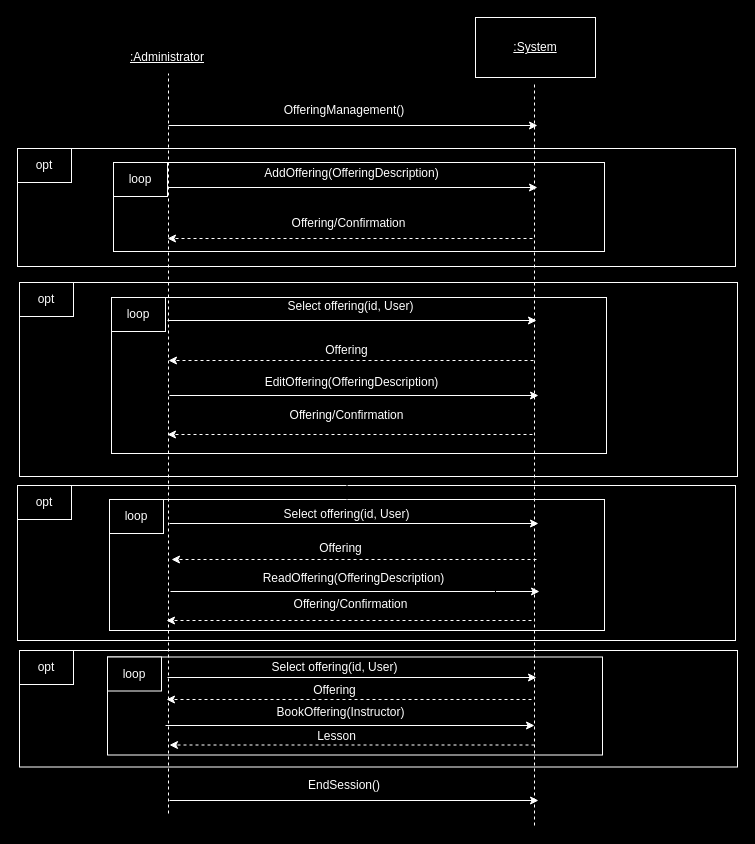
Above: Use Case 1/ssd_ProccessOfferings.drawio in matdavid7272/342project (draw.io), before the change. Source tidied: cells renumbered, new cells numbered last; positions are measured from the earlier drawing's top-left corner, leaving out a move shared by most shapes. Both pictures are drawn from the tidied source at 100%, with x=0, y=0 at pixel (17, 17).
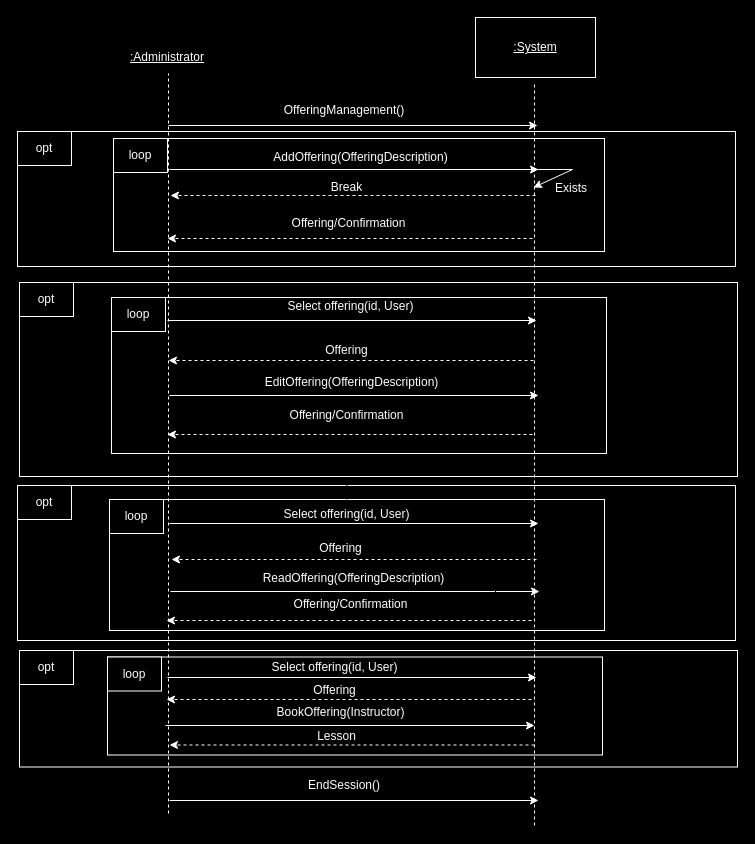
The same diagram, later.

The edit, as a diff of the source:
```diff
@@
     <mxCell id="27" style="rounded=0;whiteSpace=wrap;html=1;fillColor=#000000;strokeColor=#FFFFFF;" parent="1" vertex="1">
-      <mxGeometry y="131" width="718" height="118" as="geometry" />
+      <mxGeometry y="114" width="718" height="135" as="geometry" />
     </mxCell>
     <mxCell id="28" style="rounded=0;whiteSpace=wrap;html=1;fillColor=#000000;strokeColor=#FFFFFF;" parent="1" vertex="1">
-      <mxGeometry x="96" y="145" width="491" height="89" as="geometry" />
+      <mxGeometry x="96" y="121" width="491" height="113" as="geometry" />
     </mxCell>
@@
     <mxCell id="36" style="endArrow=classic;html=1;rounded=0;strokeColor=#FFFFFF;" parent="1" edge="1">
       <mxGeometry relative="1" as="geometry">
-        <mxPoint x="151" y="170" as="sourcePoint" />
-        <mxPoint x="520" y="170" as="targetPoint" />
+        <mxPoint x="152" y="152" as="sourcePoint" />
+        <mxPoint x="521" y="152" as="targetPoint" />
       </mxGeometry>
     </mxCell>
     <mxCell id="37" value="&lt;font color=&quot;#ffffff&quot;&gt;AddOffering(OfferingDescription)&lt;/font&gt;" style="text;html=1;align=center;verticalAlign=middle;whiteSpace=wrap;rounded=0;" parent="1" vertex="1">
-      <mxGeometry x="213" y="141" width="243" height="30" as="geometry" />
+      <mxGeometry x="222" y="125" width="243" height="30" as="geometry" />
     </mxCell>
@@
     <mxCell id="40" value="&lt;span style=&quot;color: rgb(255, 255, 255);&quot;&gt;opt&lt;/span&gt;" style="rounded=0;whiteSpace=wrap;html=1;fillColor=#000000;strokeColor=#FFFFFF;" parent="1" vertex="1">
-      <mxGeometry y="131" width="54" height="34" as="geometry" />
+      <mxGeometry y="114" width="54" height="34" as="geometry" />
     </mxCell>
     <mxCell id="41" value="&lt;span style=&quot;color: rgb(255, 255, 255);&quot;&gt;loop&lt;/span&gt;" style="rounded=0;whiteSpace=wrap;html=1;fillColor=#000000;strokeColor=#FFFFFF;" parent="1" vertex="1">
-      <mxGeometry x="96" y="145" width="54" height="34" as="geometry" />
+      <mxGeometry x="96" y="121" width="54" height="34" as="geometry" />
     </mxCell>
@@
+    <mxCell id="57" style="endArrow=classic;html=1;rounded=0;strokeColor=#FFFFFF;" parent="1" edge="1">
+      <mxGeometry relative="1" as="geometry">
+        <mxPoint x="516" y="152" as="sourcePoint" />
+        <mxPoint x="516" y="170" as="targetPoint" />
+        <Array as="points">
+          <mxPoint x="555" y="152" />
+        </Array>
+      </mxGeometry>
+    </mxCell>
+    <mxCell id="58" value="&lt;font color=&quot;#ffffff&quot;&gt;Exists&lt;/font&gt;" style="text;html=1;align=center;verticalAlign=middle;whiteSpace=wrap;rounded=0;" parent="1" vertex="1">
+      <mxGeometry x="510" y="153" width="88" height="35" as="geometry" />
+    </mxCell>
+    <mxCell id="59" style="endArrow=classic;html=1;rounded=0;strokeColor=#FFFFFF;dashed=1;exitX=0.091;exitY=0.714;exitDx=0;exitDy=0;exitPerimeter=0;" parent="1" edge="1" source="58">
+      <mxGeometry relative="1" as="geometry">
+        <mxPoint x="153" y="178" as="targetPoint" />
+      </mxGeometry>
+    </mxCell>
+    <mxCell id="60" value="&lt;font style=&quot;background-color: rgb(0, 0, 0);&quot; color=&quot;#ffffff&quot;&gt;Break&lt;/font&gt;" style="text;html=1;align=center;verticalAlign=middle;whiteSpace=wrap;rounded=0;" parent="1" vertex="1">
+      <mxGeometry x="208" y="155" width="243" height="30" as="geometry" />
+    </mxCell>
```
